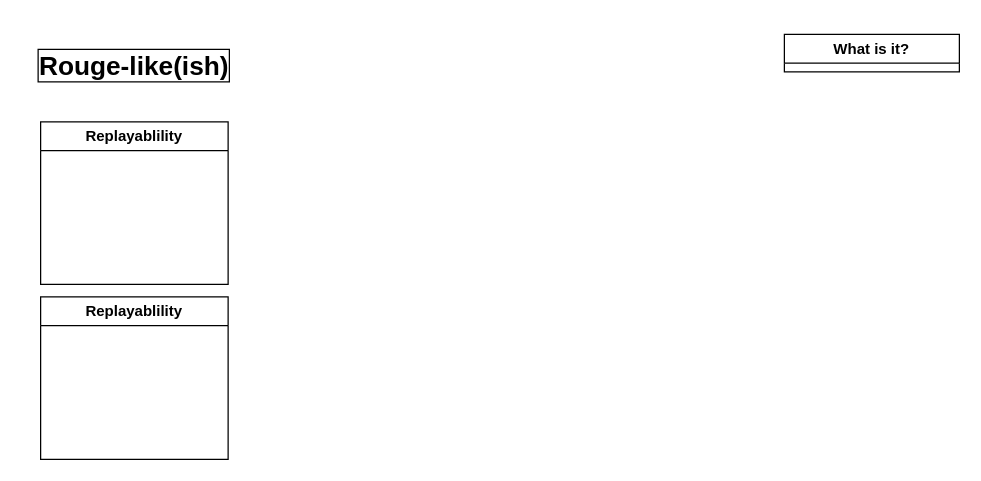
Earlier version of the draw.io diagram rouge-like(ish).drawio (cheeseEnthusiasts/ideas). Source tidied: cells renumbered, new cells numbered last; positions are measured from the earlier drawing's top-left corner, leaving out a move shared by most shapes. Both pictures are drawn from the tidied source at 125%, with x=0, y=0 at pixel (21, 21).
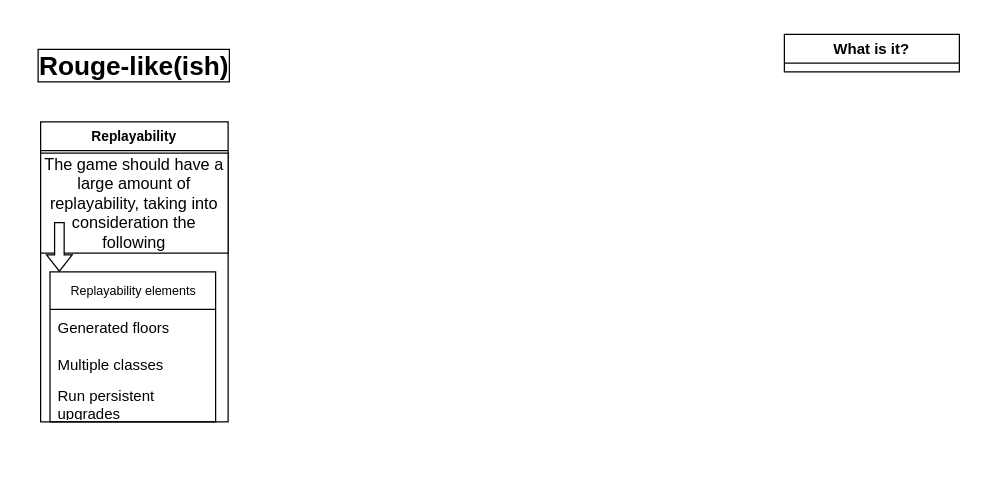
The same diagram, later.

Diff of the diagram source:
```diff
@@
 <mxGraphModel>
   <root>
     <mxCell id="0" />
     <mxCell id="1" parent="0" />
     <mxCell id="2" value="Rouge-like(ish)" style="text;strokeColor=none;fillColor=none;align=center;verticalAlign=middle;rounded=0;fontSize=21;fontStyle=1;labelBorderColor=default;labelBackgroundColor=default;whiteSpace=wrap;html=1;" parent="1" vertex="1">
       <mxGeometry width="180" height="70" as="geometry" />
     </mxCell>
     <mxCell id="3" value="What is it?" style="swimlane;whiteSpace=wrap;html=1;" parent="1" vertex="1" collapsed="1">
       <mxGeometry x="610" y="10" width="140" height="30" as="geometry" />
     </mxCell>
-    <mxCell id="4" value="Replayablility" style="swimlane;whiteSpace=wrap;html=1;" parent="1" vertex="1">
-      <mxGeometry x="15" y="80" width="150" height="130" as="geometry" />
+    <mxCell id="4" value="Replayability" style="swimlane;whiteSpace=wrap;html=1;fontSize=11;" parent="1" vertex="1">
+      <mxGeometry x="15" y="80" width="150" height="240" as="geometry" />
     </mxCell>
-    <mxCell id="5" value="Replayablility" style="swimlane;whiteSpace=wrap;html=1;" parent="1" vertex="1">
-      <mxGeometry x="15" y="220" width="150" height="130" as="geometry" />
-    </mxCell>
+    <mxCell id="6" value="&lt;font style=&quot;font-size: 13px;&quot;&gt;The game should have a large amount of replayability, taking into consideration the following&lt;br style=&quot;font-size: 13px;&quot;&gt;&lt;/font&gt;" style="rounded=0;whiteSpace=wrap;html=1;fontSize=13;" parent="4" vertex="1">
+      <mxGeometry y="25" width="150" height="80" as="geometry" />
+    </mxCell>
+    <mxCell id="7" style="shape=flexArrow;endArrow=classic;html=1;rounded=0;fillColor=default;strokeWidth=1;endWidth=11.851851851851853;endSize=4.019753086419754;width=7.654320987654321;" parent="4" edge="1">
+      <mxGeometry relative="1" as="geometry">
+        <mxPoint x="15" y="80" as="sourcePoint" />
+        <mxPoint x="15" y="120" as="targetPoint" />
+      </mxGeometry>
+    </mxCell>
+    <mxCell id="8" value="&lt;font style=&quot;font-size: 10px;&quot;&gt;Replayability elements&lt;/font&gt;" style="swimlane;fontStyle=0;horizontal=1;startSize=30;whiteSpace=wrap;html=1;fontSize=10;" parent="4" vertex="1">
+      <mxGeometry x="7.5" y="120" width="132.5" height="120" as="geometry" />
+    </mxCell>
+    <mxCell id="9" value="Generated floors" style="text;strokeColor=none;fillColor=none;align=left;verticalAlign=middle;spacingLeft=4;spacingRight=4;overflow=hidden;whiteSpace=wrap;html=1;" parent="8" vertex="1">
+      <mxGeometry y="30" width="132.5" height="30" as="geometry" />
+    </mxCell>
+    <mxCell id="10" value="Multiple classes" style="text;strokeColor=none;fillColor=none;align=left;verticalAlign=middle;spacingLeft=4;spacingRight=4;overflow=hidden;whiteSpace=wrap;html=1;" parent="8" vertex="1">
+      <mxGeometry y="60" width="132.5" height="30" as="geometry" />
+    </mxCell>
+    <mxCell id="11" value="Run persistent upgrades" style="text;strokeColor=none;fillColor=none;align=left;verticalAlign=middle;spacingLeft=4;spacingRight=4;overflow=hidden;whiteSpace=wrap;html=1;" parent="8" vertex="1">
+      <mxGeometry y="90" width="132.5" height="30" as="geometry" />
+    </mxCell>
   </root>
 </mxGraphModel>
```
